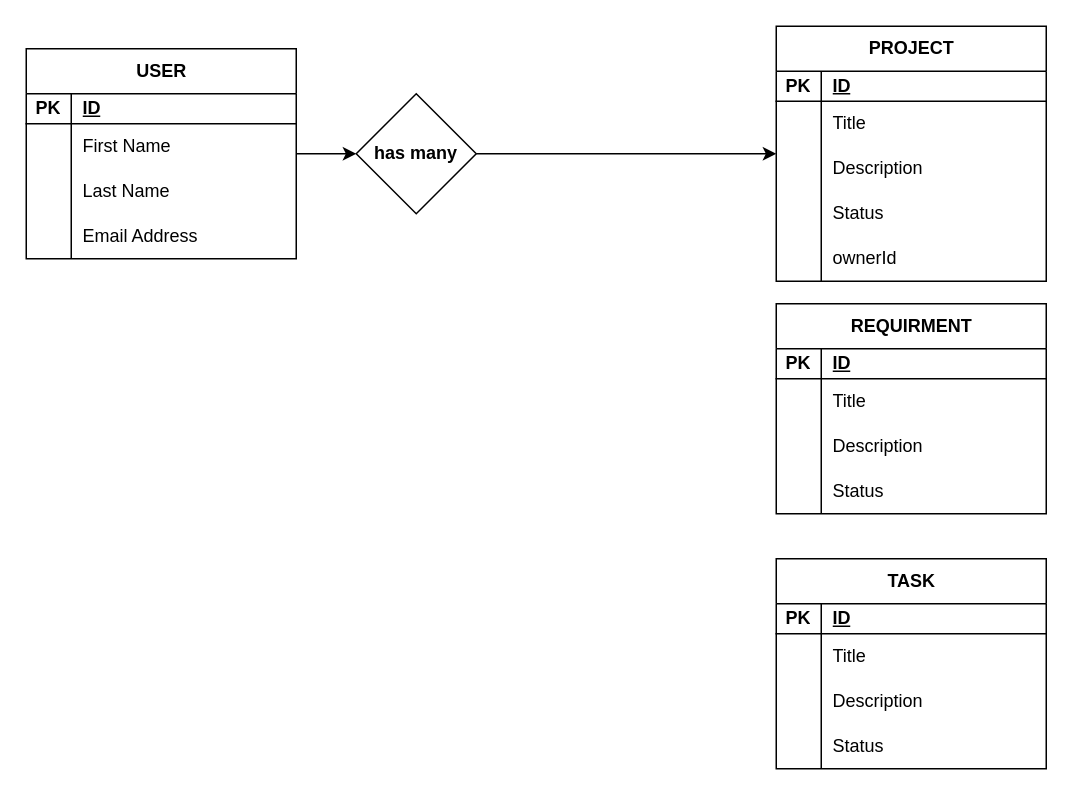
Before: Untitled Diagram.drawio in cltl23/draw.io, a draw.io diagram. Source tidied: cells renumbered, new cells numbered last; positions are measured from the earlier drawing's top-left corner, leaving out a move shared by most shapes. Both pictures are drawn from the tidied source at 150%, with x=0, y=0 at pixel (26, 26).
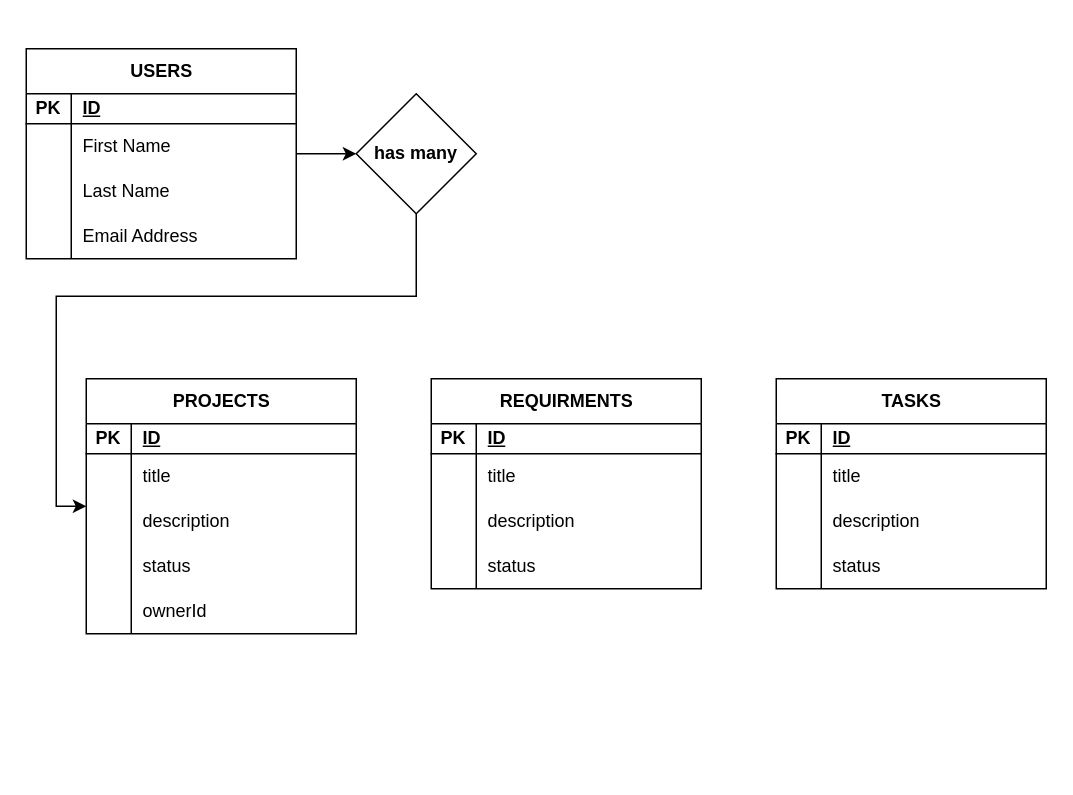
After the change.

The change refers to these unchanged cells:
```xml
<mxCell id="20" style="shape=tableRow;horizontal=0;startSize=0;swimlaneHead=0;swimlaneBody=0;fillColor=none;top=0;left=0;right=0;bottom=0;" parent="16" vertex="1">
  <mxGeometry y="50" width="180" height="30" as="geometry" />
</mxCell>
<mxCell id="23" style="shape=tableRow;horizontal=0;startSize=0;swimlaneHead=0;swimlaneBody=0;fillColor=none;top=0;left=0;right=0;bottom=0;" parent="16" vertex="1">
  <mxGeometry y="80" width="180" height="30" as="geometry" />
</mxCell>
<mxCell id="26" style="shape=tableRow;horizontal=0;startSize=0;swimlaneHead=0;swimlaneBody=0;fillColor=none;top=0;left=0;right=0;bottom=0;" parent="16" vertex="1">
  <mxGeometry y="110" width="180" height="30" as="geometry" />
</mxCell>
<mxCell id="36" style="shape=tableRow;horizontal=0;startSize=0;swimlaneHead=0;swimlaneBody=0;fillColor=none;top=0;left=0;right=0;bottom=0;" parent="32" vertex="1">
  <mxGeometry y="50" width="180" height="30" as="geometry" />
</mxCell>
<mxCell id="39" style="shape=tableRow;horizontal=0;startSize=0;swimlaneHead=0;swimlaneBody=0;fillColor=none;top=0;left=0;right=0;bottom=0;" parent="32" vertex="1">
  <mxGeometry y="80" width="180" height="30" as="geometry" />
</mxCell>
<mxCell id="42" style="shape=tableRow;horizontal=0;startSize=0;swimlaneHead=0;swimlaneBody=0;fillColor=none;top=0;left=0;right=0;bottom=0;" parent="32" vertex="1">
  <mxGeometry y="110" width="180" height="30" as="geometry" />
</mxCell>
<mxCell id="49" style="shape=tableRow;horizontal=0;startSize=0;swimlaneHead=0;swimlaneBody=0;fillColor=none;top=0;left=0;right=0;bottom=0;" parent="45" vertex="1">
  <mxGeometry y="50" width="180" height="30" as="geometry" />
</mxCell>
<mxCell id="52" style="shape=tableRow;horizontal=0;startSize=0;swimlaneHead=0;swimlaneBody=0;fillColor=none;top=0;left=0;right=0;bottom=0;" parent="45" vertex="1">
  <mxGeometry y="80" width="180" height="30" as="geometry" />
</mxCell>
<mxCell id="55" style="shape=tableRow;horizontal=0;startSize=0;swimlaneHead=0;swimlaneBody=0;fillColor=none;top=0;left=0;right=0;bottom=0;" parent="45" vertex="1">
  <mxGeometry y="110" width="180" height="30" as="geometry" />
</mxCell>
```

Diff of the diagram source:
```diff
@@
-    <mxCell id="3" value="USER" style="shape=table;startSize=30;childLayout=tableLayout;rowLines=0;fontStyle=1;align=center;html=1;" parent="1" vertex="1">
+    <mxCell id="3" value="USERS" style="shape=table;startSize=30;childLayout=tableLayout;rowLines=0;fontStyle=1;align=center;html=1;" parent="1" vertex="1">
       <mxGeometry y="15" width="180" height="140" as="geometry" />
     </mxCell>
@@
-    <mxCell id="16" value="PROJECT" style="shape=table;startSize=30;childLayout=tableLayout;rowLines=0;fontStyle=1;align=center;html=1;" parent="1" vertex="1">
-      <mxGeometry x="500" width="180" height="170" as="geometry" />
+    <mxCell id="16" value="PROJECTS" style="shape=table;startSize=30;childLayout=tableLayout;rowLines=0;fontStyle=1;align=center;html=1;" parent="1" vertex="1">
+      <mxGeometry x="40" y="235" width="180" height="170" as="geometry" />
     </mxCell>
@@
-    <mxCell id="22" value="Title" style="shape=partialRectangle;fillColor=none;top=0;left=0;bottom=0;right=0;align=left;spacingLeft=6;overflow=hidden;whiteSpace=wrap;html=1;" parent="20" vertex="1">
+    <mxCell id="22" value="title" style="shape=partialRectangle;fillColor=none;top=0;left=0;bottom=0;right=0;align=left;spacingLeft=6;overflow=hidden;whiteSpace=wrap;html=1;" parent="20" vertex="1">
       <mxGeometry x="30" width="150" height="30" as="geometry" />
     </mxCell>
@@
-    <mxCell id="25" value="Description" style="shape=partialRectangle;fillColor=none;top=0;left=0;bottom=0;right=0;align=left;spacingLeft=6;overflow=hidden;whiteSpace=wrap;html=1;" parent="23" vertex="1">
+    <mxCell id="25" value="description" style="shape=partialRectangle;fillColor=none;top=0;left=0;bottom=0;right=0;align=left;spacingLeft=6;overflow=hidden;whiteSpace=wrap;html=1;" parent="23" vertex="1">
       <mxGeometry x="30" width="150" height="30" as="geometry" />
     </mxCell>
@@
-    <mxCell id="28" value="Status" style="shape=partialRectangle;fillColor=none;top=0;left=0;bottom=0;right=0;align=left;spacingLeft=6;overflow=hidden;whiteSpace=wrap;html=1;" parent="26" vertex="1">
+    <mxCell id="28" value="status" style="shape=partialRectangle;fillColor=none;top=0;left=0;bottom=0;right=0;align=left;spacingLeft=6;overflow=hidden;whiteSpace=wrap;html=1;" parent="26" vertex="1">
       <mxGeometry x="30" width="150" height="30" as="geometry" />
     </mxCell>
@@
-    <mxCell id="32" value="REQUIRMENT" style="shape=table;startSize=30;childLayout=tableLayout;rowLines=0;fontStyle=1;align=center;html=1;" parent="1" vertex="1">
-      <mxGeometry x="500" y="185" width="180" height="140" as="geometry" />
+    <mxCell id="32" value="REQUIRMENTS" style="shape=table;startSize=30;childLayout=tableLayout;rowLines=0;fontStyle=1;align=center;html=1;" parent="1" vertex="1">
+      <mxGeometry x="270" y="235" width="180" height="140" as="geometry" />
     </mxCell>
@@
-    <mxCell id="38" value="Title" style="shape=partialRectangle;fillColor=none;top=0;left=0;bottom=0;right=0;align=left;spacingLeft=6;overflow=hidden;whiteSpace=wrap;html=1;" parent="36" vertex="1">
+    <mxCell id="38" value="title" style="shape=partialRectangle;fillColor=none;top=0;left=0;bottom=0;right=0;align=left;spacingLeft=6;overflow=hidden;whiteSpace=wrap;html=1;" parent="36" vertex="1">
       <mxGeometry x="30" width="150" height="30" as="geometry" />
     </mxCell>
@@
-    <mxCell id="41" value="Description" style="shape=partialRectangle;fillColor=none;top=0;left=0;bottom=0;right=0;align=left;spacingLeft=6;overflow=hidden;whiteSpace=wrap;html=1;" parent="39" vertex="1">
+    <mxCell id="41" value="description" style="shape=partialRectangle;fillColor=none;top=0;left=0;bottom=0;right=0;align=left;spacingLeft=6;overflow=hidden;whiteSpace=wrap;html=1;" parent="39" vertex="1">
       <mxGeometry x="30" width="150" height="30" as="geometry" />
     </mxCell>
@@
-    <mxCell id="44" value="Status" style="shape=partialRectangle;fillColor=none;top=0;left=0;bottom=0;right=0;align=left;spacingLeft=6;overflow=hidden;whiteSpace=wrap;html=1;" parent="42" vertex="1">
+    <mxCell id="44" value="status" style="shape=partialRectangle;fillColor=none;top=0;left=0;bottom=0;right=0;align=left;spacingLeft=6;overflow=hidden;whiteSpace=wrap;html=1;" parent="42" vertex="1">
       <mxGeometry x="30" width="150" height="30" as="geometry" />
     </mxCell>
-    <mxCell id="45" value="TASK" style="shape=table;startSize=30;childLayout=tableLayout;rowLines=0;fontStyle=1;align=center;html=1;" parent="1" vertex="1">
-      <mxGeometry x="500" y="355" width="180" height="140" as="geometry" />
+    <mxCell id="45" value="TASKS" style="shape=table;startSize=30;childLayout=tableLayout;rowLines=0;fontStyle=1;align=center;html=1;" parent="1" vertex="1">
+      <mxGeometry x="500" y="235" width="180" height="140" as="geometry" />
     </mxCell>
@@
-    <mxCell id="51" value="Title" style="shape=partialRectangle;fillColor=none;top=0;left=0;bottom=0;right=0;align=left;spacingLeft=6;overflow=hidden;whiteSpace=wrap;html=1;" parent="49" vertex="1">
+    <mxCell id="51" value="title" style="shape=partialRectangle;fillColor=none;top=0;left=0;bottom=0;right=0;align=left;spacingLeft=6;overflow=hidden;whiteSpace=wrap;html=1;" parent="49" vertex="1">
       <mxGeometry x="30" width="150" height="30" as="geometry" />
     </mxCell>
@@
-    <mxCell id="54" value="Description" style="shape=partialRectangle;fillColor=none;top=0;left=0;bottom=0;right=0;align=left;spacingLeft=6;overflow=hidden;whiteSpace=wrap;html=1;" parent="52" vertex="1">
+    <mxCell id="54" value="description" style="shape=partialRectangle;fillColor=none;top=0;left=0;bottom=0;right=0;align=left;spacingLeft=6;overflow=hidden;whiteSpace=wrap;html=1;" parent="52" vertex="1">
       <mxGeometry x="30" width="150" height="30" as="geometry" />
     </mxCell>
@@
-    <mxCell id="57" value="Status" style="shape=partialRectangle;fillColor=none;top=0;left=0;bottom=0;right=0;align=left;spacingLeft=6;overflow=hidden;whiteSpace=wrap;html=1;" parent="55" vertex="1">
+    <mxCell id="57" value="status" style="shape=partialRectangle;fillColor=none;top=0;left=0;bottom=0;right=0;align=left;spacingLeft=6;overflow=hidden;whiteSpace=wrap;html=1;" parent="55" vertex="1">
       <mxGeometry x="30" width="150" height="30" as="geometry" />
     </mxCell>
```
